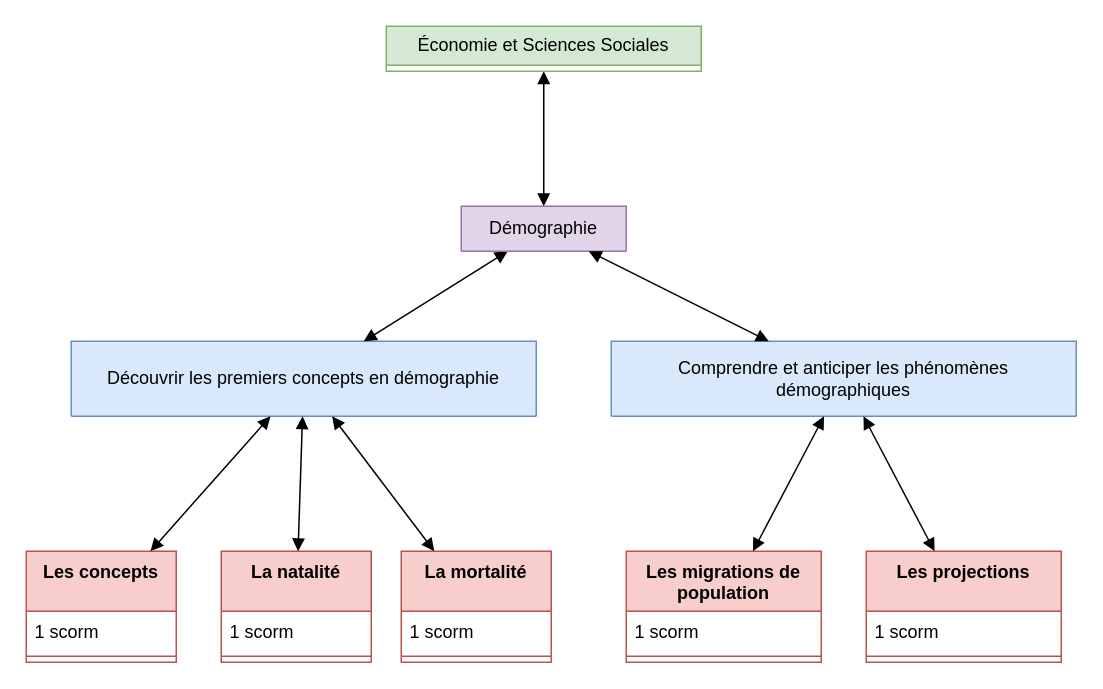
Before: Démographie.drawio in jean-seb-2106/pythontest, a draw.io diagram. Source tidied: cells renumbered, new cells numbered last; positions are measured from the earlier drawing's top-left corner, leaving out a move shared by most shapes. Both pictures are drawn from the tidied source at 150%, with x=0, y=0 at pixel (26, 26).
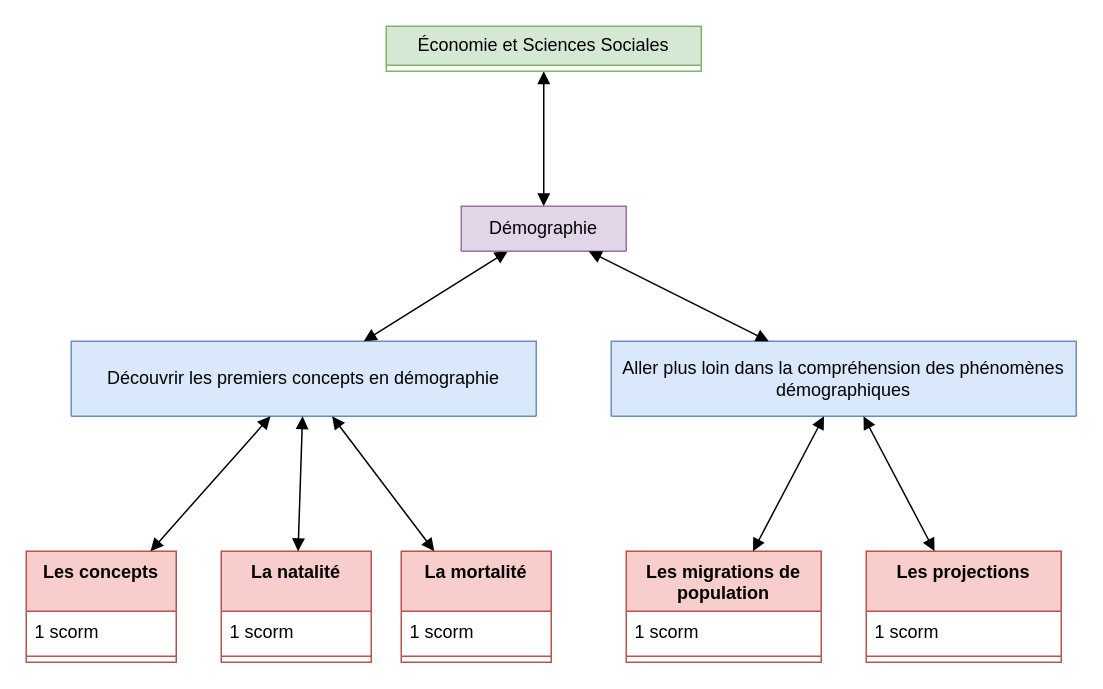
After the change.

Commit message (it also covers changes not shown here):
Mettre à jour Démographie.drawio

Change to the diagram source:
```diff
@@
-    <mxCell id="19" value="Comprendre et anticiper les phénomènes démographiques" style="swimlane;fontStyle=0;horizontal=1;startSize=50;fillColor=#dae8fc;whiteSpace=wrap;html=1;strokeColor=#6c8ebf;" parent="1" vertex="1" collapsed="1">
+    <mxCell id="19" value="Aller plus loin dans la compréhension des phénomènes démographiques" style="swimlane;fontStyle=0;horizontal=1;startSize=50;fillColor=#dae8fc;whiteSpace=wrap;html=1;strokeColor=#6c8ebf;" parent="1" vertex="1" collapsed="1">
       <mxGeometry x="390" y="210" width="310" height="50" as="geometry" />
     </mxCell>
```
